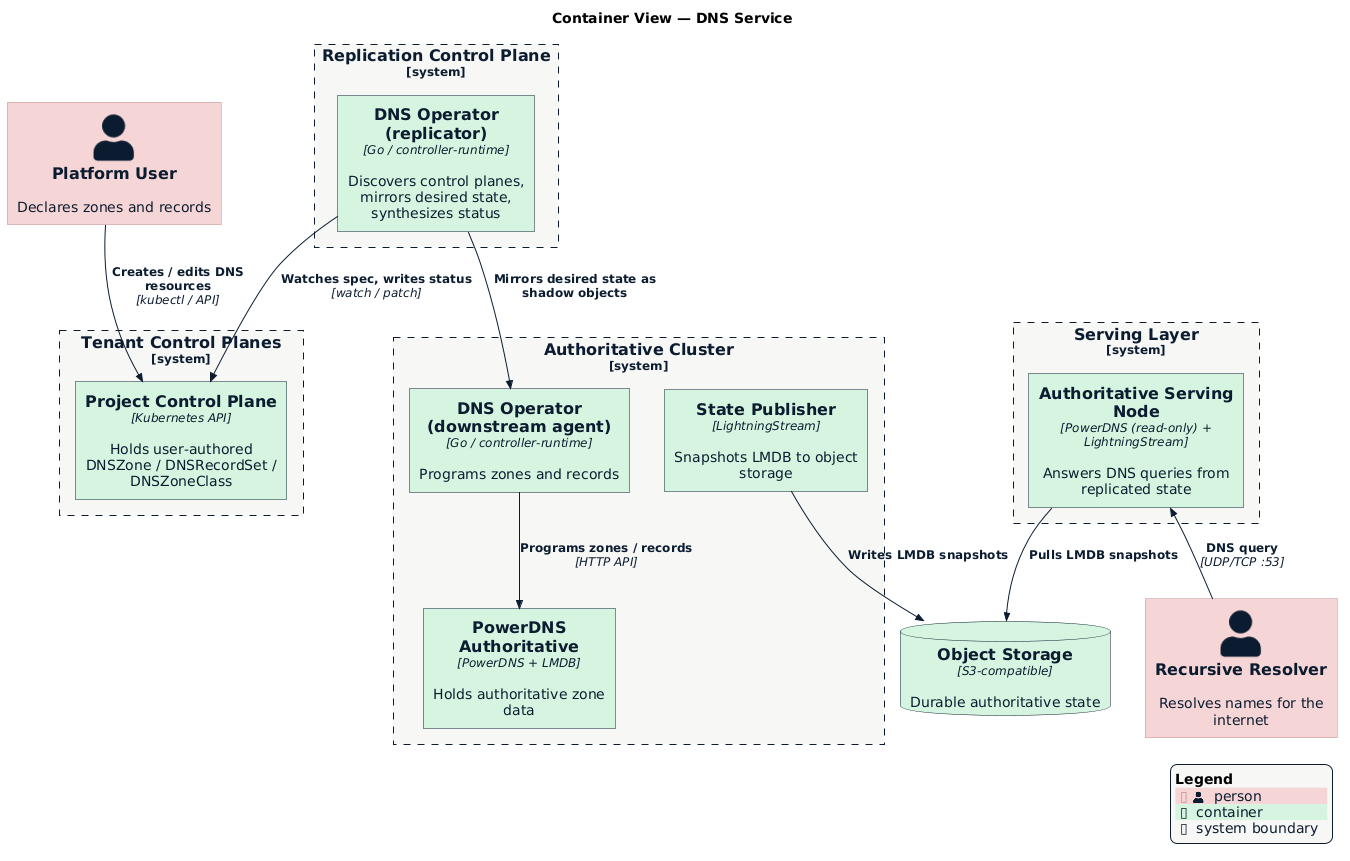
The PlantUML diagram docs/architecture/container-view.png in datum-cloud/dns-operator, before a commit. Source of this version:
```plantuml
@startuml container-view
!$NEW_C4_STYLE = 1
!include https://raw.githubusercontent.com/plantuml-stdlib/C4-PlantUML/master/C4_Container.puml
!include datum-theme.puml

title Container View — DNS Service

Person(user, "Platform User", "Declares zones and records")
Person(resolver, "Recursive Resolver", "Resolves names for the internet")

System_Boundary(tenant, "Tenant Control Planes") {
    Container(cp, "Project Control Plane", "Kubernetes API", "Holds user-authored DNSZone / DNSRecordSet / DNSZoneClass")
}

System_Boundary(replication, "Replication Control Plane") {
    Container(replicator, "DNS Operator (replicator)", "Go / controller-runtime", "Discovers control planes, mirrors desired state, synthesizes status")
}

System_Boundary(authoritative, "Authoritative Cluster") {
    Container(agent, "DNS Operator (downstream agent)", "Go / controller-runtime", "Programs zones and records")
    Container(pdns, "PowerDNS Authoritative", "PowerDNS + LMDB", "Holds authoritative zone data")
    Container(publish, "State Publisher", "LightningStream", "Snapshots LMDB to object storage")
}

ContainerDb(store, "Object Storage", "S3-compatible", "Durable authoritative state")

System_Boundary(edge, "Serving Layer") {
    Container(serving, "Authoritative Serving Node", "PowerDNS (read-only) + LightningStream", "Answers DNS queries from replicated state")
}

Rel(user, cp, "Creates / edits DNS resources", "kubectl / API")
Rel(replicator, cp, "Watches spec, writes status", "watch / patch")
Rel(replicator, agent, "Mirrors desired state as shadow objects")
Rel(agent, pdns, "Programs zones / records", "HTTP API")
Rel(publish, store, "Writes LMDB snapshots")
Rel(serving, store, "Pulls LMDB snapshots")
Rel_U(resolver, serving, "DNS query", "UDP/TCP :53")

SHOW_LEGEND()
@enduml
```
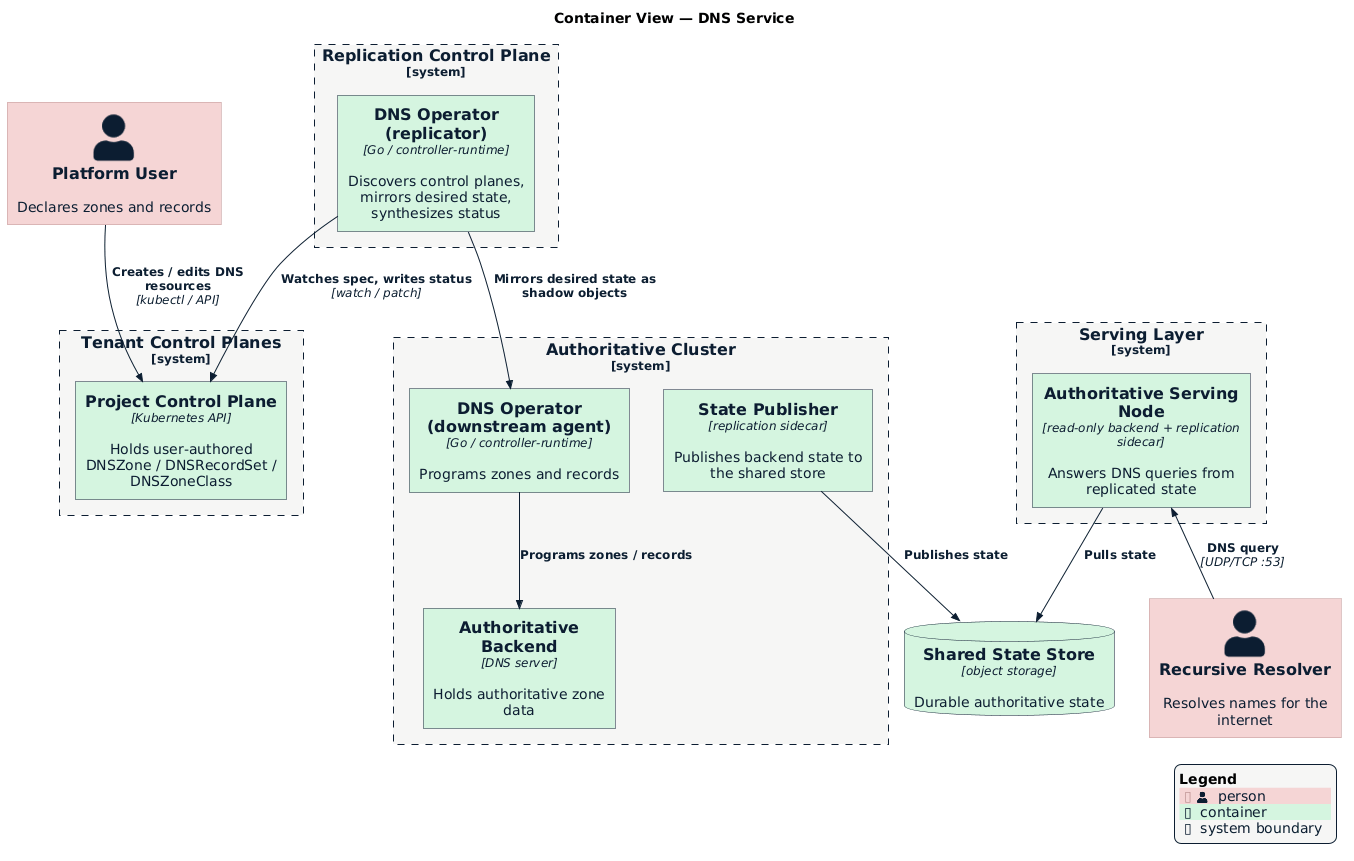
Above is the later version.

Commit message:
docs: Keep PowerDNS specifics out of the generic topology

Diff of the diagram source:
```diff
@@ -18,22 +18,22 @@
 
 System_Boundary(authoritative, "Authoritative Cluster") {
     Container(agent, "DNS Operator (downstream agent)", "Go / controller-runtime", "Programs zones and records")
-    Container(pdns, "PowerDNS Authoritative", "PowerDNS + LMDB", "Holds authoritative zone data")
-    Container(publish, "State Publisher", "LightningStream", "Snapshots LMDB to object storage")
+    Container(pdns, "Authoritative Backend", "DNS server", "Holds authoritative zone data")
+    Container(publish, "State Publisher", "replication sidecar", "Publishes backend state to the shared store")
 }
 
-ContainerDb(store, "Object Storage", "S3-compatible", "Durable authoritative state")
+ContainerDb(store, "Shared State Store", "object storage", "Durable authoritative state")
 
 System_Boundary(edge, "Serving Layer") {
-    Container(serving, "Authoritative Serving Node", "PowerDNS (read-only) + LightningStream", "Answers DNS queries from replicated state")
+    Container(serving, "Authoritative Serving Node", "read-only backend + replication sidecar", "Answers DNS queries from replicated state")
 }
 
 Rel(user, cp, "Creates / edits DNS resources", "kubectl / API")
 Rel(replicator, cp, "Watches spec, writes status", "watch / patch")
 Rel(replicator, agent, "Mirrors desired state as shadow objects")
-Rel(agent, pdns, "Programs zones / records", "HTTP API")
-Rel(publish, store, "Writes LMDB snapshots")
-Rel(serving, store, "Pulls LMDB snapshots")
+Rel(agent, pdns, "Programs zones / records")
+Rel(publish, store, "Publishes state")
+Rel(serving, store, "Pulls state")
 Rel_U(resolver, serving, "DNS query", "UDP/TCP :53")
 
 SHOW_LEGEND()
```
